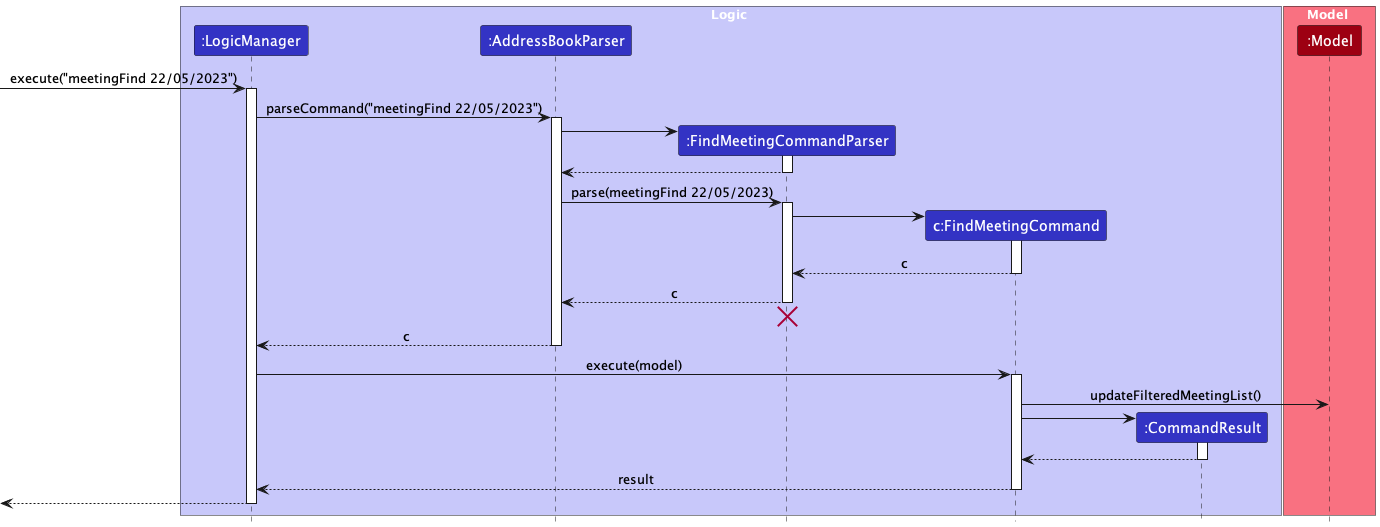
This is docs/images/FindMeetingSequenceDiagram.png from nus-cs2103-AY2223S2/tp, a PlantUML export, as it was before one commit.
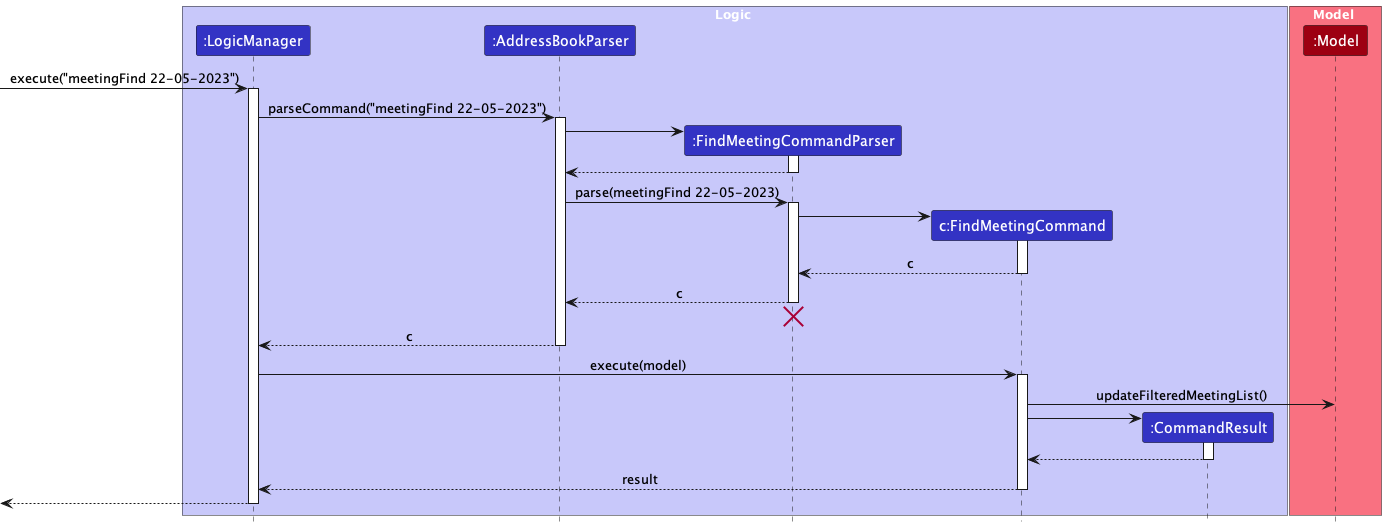
After the change.

The edit, as a diff of the source:
```diff
@@ -14,10 +14,10 @@
 participant ":Model" as Model MODEL_COLOR
 end box
 
-[-> LogicManager : execute("meetingFind 22/05/2023")
+[-> LogicManager : execute("meetingFind 22-05-2023")
 activate LogicManager
 
-LogicManager -> AddressBookParser : parseCommand("meetingFind 22/05/2023")
+LogicManager -> AddressBookParser : parseCommand("meetingFind 22-05-2023")
 activate AddressBookParser
 
 create FindMeetingCommandParser
@@ -27,7 +27,7 @@
 FindMeetingCommandParser --> AddressBookParser
 deactivate FindMeetingCommandParser
 
-AddressBookParser -> FindMeetingCommandParser : parse(meetingFind 22/05/2023)
+AddressBookParser -> FindMeetingCommandParser : parse(meetingFind 22-05-2023)
 activate FindMeetingCommandParser
 
 
```
